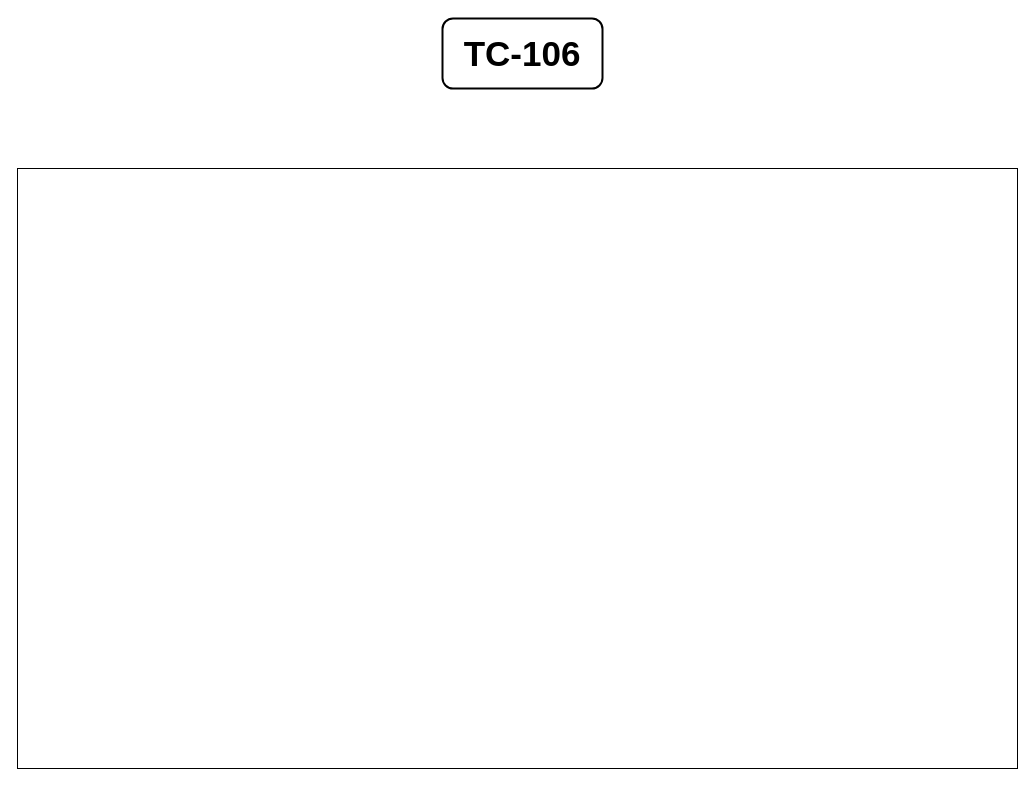
Earlier version of the draw.io diagram TC-106.drawio (gI7DUmmY/diagrams). Source tidied: cells renumbered, new cells numbered last; positions are measured from the earlier drawing's top-left corner, leaving out a move shared by most shapes. Both pictures are drawn from the tidied source at 100%, with x=0, y=0 at pixel (17, 18).
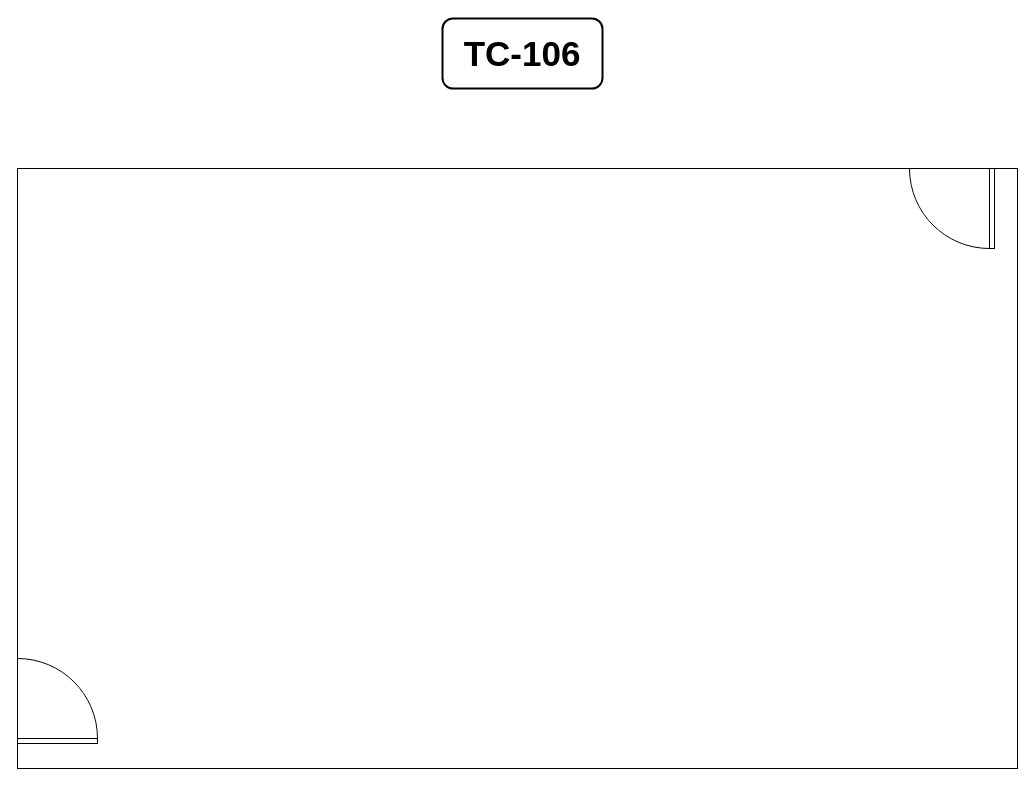
The same diagram, later.

Commit message:
Mettre à jour TC-106.drawio

Change to the diagram source:
```diff
@@
 <mxGraphModel>
   <root>
     <mxCell id="0" />
     <mxCell id="1" parent="0" />
     <mxCell id="2" value="TC-106" style="text;html=1;whiteSpace=wrap;strokeColor=default;fillColor=none;align=center;verticalAlign=middle;rounded=1;fontSize=35;fontStyle=1;glass=0;shadow=0;strokeWidth=2;perimeterSpacing=0;labelBorderColor=none;autosizeText=0;" parent="1" vertex="1">
       <mxGeometry x="425" width="160" height="70" as="geometry" />
     </mxCell>
     <mxCell id="3" style="rounded=0;whiteSpace=wrap;html=1;" parent="1" vertex="1">
       <mxGeometry y="150" width="1000" height="600" as="geometry" />
     </mxCell>
+    <mxCell id="4" style="verticalLabelPosition=bottom;html=1;verticalAlign=top;align=center;shape=mxgraph.floorplan.doorRight;rotation=-180;" parent="1" vertex="1">
+      <mxGeometry y="640" width="80" height="85" as="geometry" />
+    </mxCell>
+    <mxCell id="5" value="&amp;nbsp; &amp;nbsp;&amp;nbsp;" style="verticalLabelPosition=bottom;html=1;verticalAlign=top;align=center;shape=mxgraph.floorplan.doorLeft;rotation=90;" parent="1" vertex="1">
+      <mxGeometry x="892" y="145" width="80" height="90" as="geometry" />
+    </mxCell>
   </root>
 </mxGraphModel>
```
